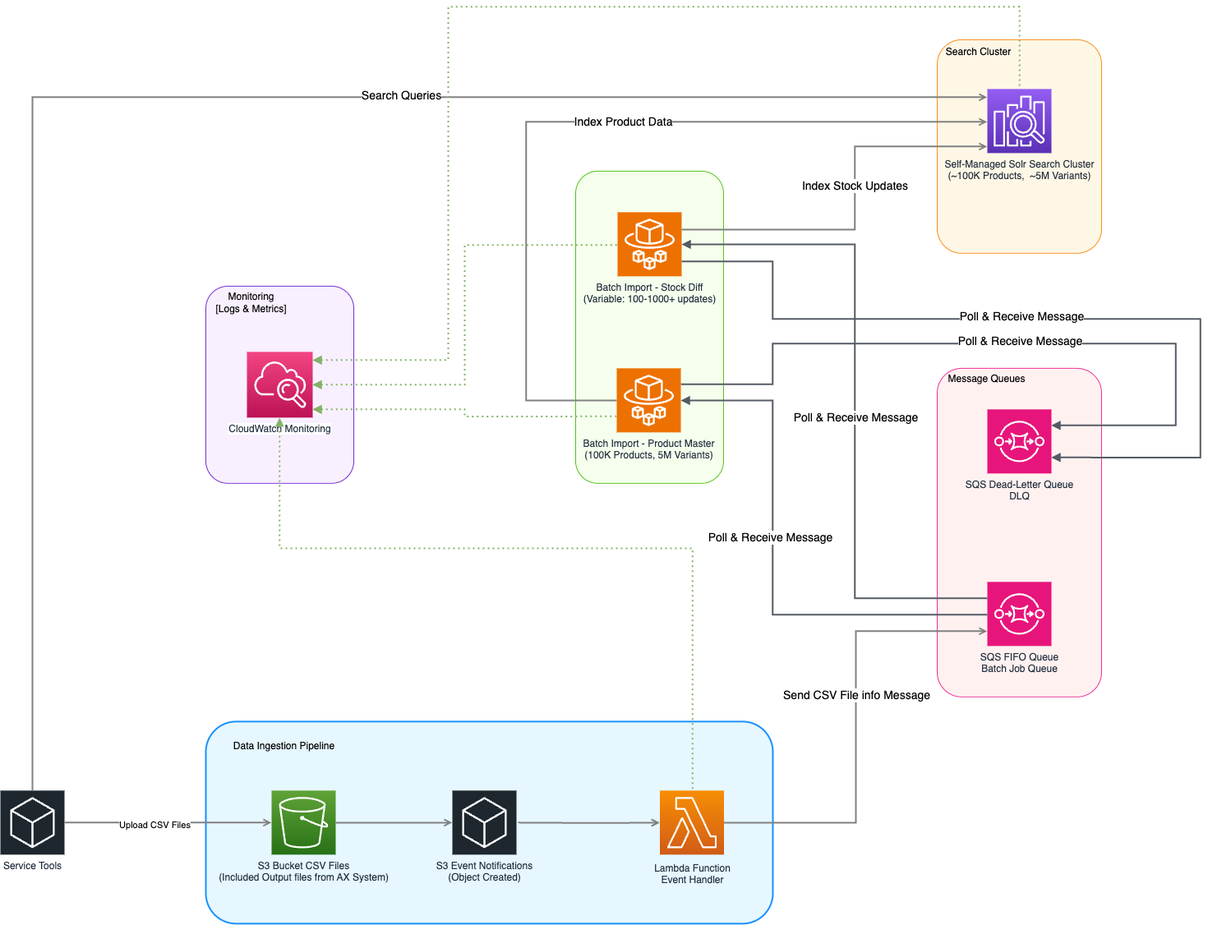
The draw.io diagram Untitled Diagram.drawio.png in khaismile1997/frontend, before a commit. Source tidied: cells renumbered, new cells last; positions are measured from the earlier drawing's top-left corner, leaving out a move shared by most shapes.
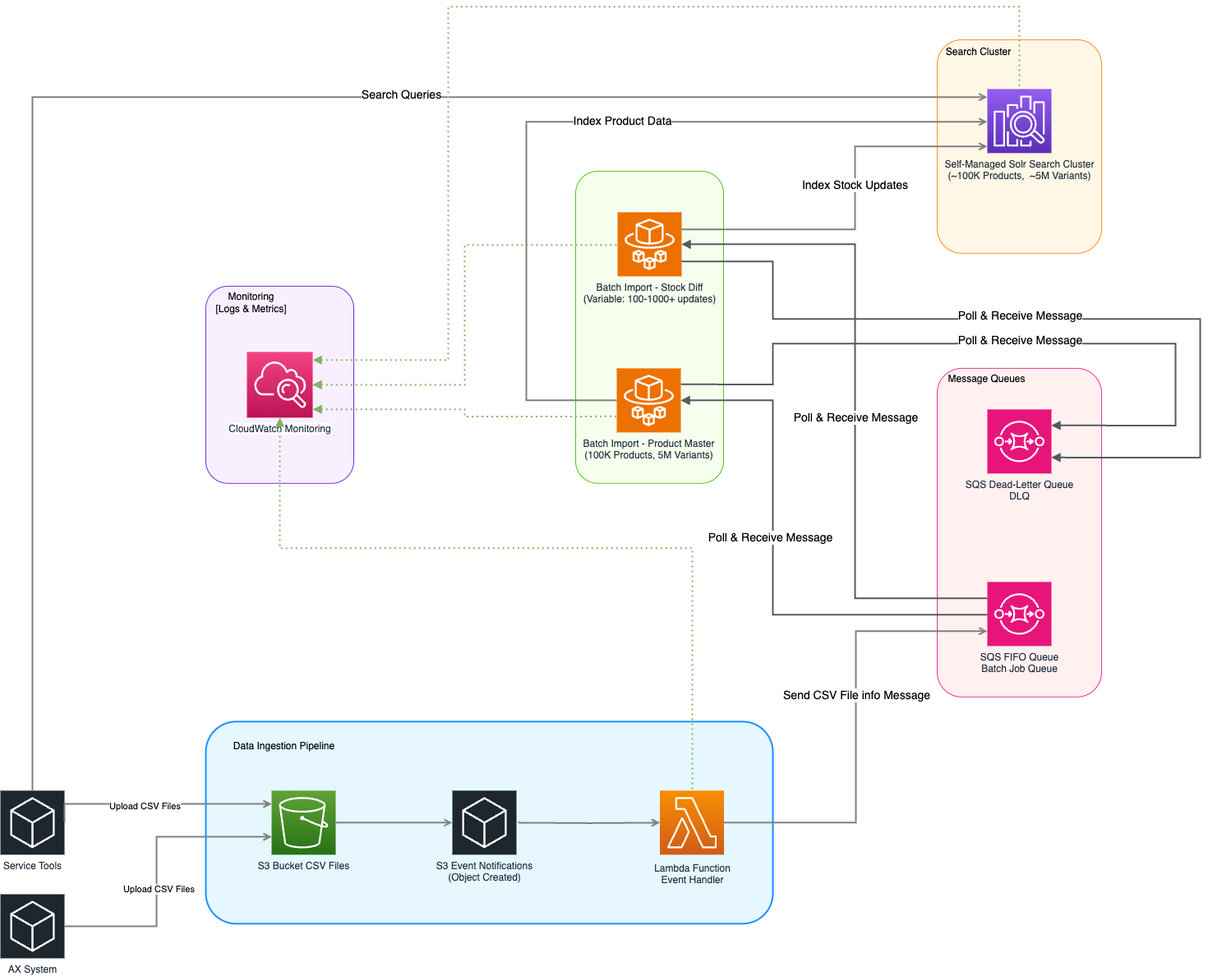
Later version of the same file.

What changed in the source:
```diff
@@ -25,7 +25,7 @@
     <mxCell id="8" value="Lambda Function&lt;br&gt;Event Handler" style="outlineConnect=0;fontColor=#232F3E;gradientColor=#F78E04;gradientDirection=north;fillColor=#D05C17;strokeColor=#ffffff;dashed=0;verticalLabelPosition=bottom;verticalAlign=top;align=center;html=1;fontSize=12;fontStyle=0;shape=mxgraph.aws4.resourceIcon;resIcon=mxgraph.aws4.lambda;labelBackgroundColor=none;spacingTop=3;" parent="1" vertex="1">
       <mxGeometry x="802.5" y="953.9" width="78" height="78" as="geometry" />
     </mxCell>
-    <mxCell id="9" value="S3 Bucket CSV Files&lt;br&gt;(Included Output files from AX System&lt;span style=&quot;background-color: transparent; color: light-dark(rgb(35, 47, 62), rgb(189, 199, 212));&quot;&gt;)&lt;/span&gt;" style="outlineConnect=0;fontColor=#232F3E;gradientColor=#60A337;gradientDirection=north;fillColor=#277116;strokeColor=#ffffff;dashed=0;verticalLabelPosition=bottom;verticalAlign=top;align=center;html=1;fontSize=12;fontStyle=0;shape=mxgraph.aws4.resourceIcon;resIcon=mxgraph.aws4.s3;labelBackgroundColor=none;" parent="1" vertex="1">
+    <mxCell id="9" value="S3 Bucket CSV Files" style="outlineConnect=0;fontColor=#232F3E;gradientColor=#60A337;gradientDirection=north;fillColor=#277116;strokeColor=#ffffff;dashed=0;verticalLabelPosition=bottom;verticalAlign=top;align=center;html=1;fontSize=12;fontStyle=0;shape=mxgraph.aws4.resourceIcon;resIcon=mxgraph.aws4.s3;labelBackgroundColor=none;" parent="1" vertex="1">
       <mxGeometry x="330" y="953.9" width="78" height="78" as="geometry" />
     </mxCell>
     <mxCell id="10" value="Self-Managed Solr Search Cluster&lt;div&gt;(~&lt;span style=&quot;color: light-dark(rgb(35, 47, 62), rgb(189, 199, 212));&quot;&gt;100K Products,&amp;nbsp; ~5M Variants&lt;/span&gt;&lt;span style=&quot;color: light-dark(rgb(35, 47, 62), rgb(189, 199, 212));&quot;&gt;)&lt;/span&gt;&lt;/div&gt;" style="outlineConnect=0;fontColor=#232F3E;gradientColor=#945DF2;gradientDirection=north;fillColor=#5A30B5;strokeColor=#ffffff;dashed=0;verticalLabelPosition=bottom;verticalAlign=top;align=center;html=1;fontSize=12;fontStyle=0;shape=mxgraph.aws4.resourceIcon;resIcon=mxgraph.aws4.elasticsearch_service;labelBackgroundColor=none;" parent="1" vertex="1">
@@ -127,7 +127,11 @@
       <mxGeometry y="953.9" width="78" height="78" as="geometry" />
     </mxCell>
     <mxCell id="33" style="edgeStyle=orthogonalEdgeStyle;rounded=0;jettySize=auto;html=1;startArrow=none;startFill=0;endArrow=open;endFill=0;strokeWidth=2;strokeColor=#808080;exitX=1;exitY=0.5;exitDx=0;exitDy=0;exitPerimeter=0;" parent="1" edge="1" source="32" target="9">
-      <mxGeometry relative="1" as="geometry" />
+      <mxGeometry relative="1" as="geometry">
+        <Array as="points">
+          <mxPoint x="78" y="970" />
+        </Array>
+      </mxGeometry>
     </mxCell>
     <mxCell id="34" value="Upload CSV Files" style="edgeLabel;html=1;align=center;verticalAlign=middle;" parent="33" vertex="1">
       <mxGeometry x="-0.13" y="-2" relative="1" as="geometry" />
@@ -205,5 +209,19 @@
         </Array>
       </mxGeometry>
     </mxCell>
+    <mxCell id="45" value="AX System" style="sketch=0;points=[[0,0,0],[0.25,0,0],[0.5,0,0],[0.75,0,0],[1,0,0],[0,1,0],[0.25,1,0],[0.5,1,0],[0.75,1,0],[1,1,0],[0,0.25,0],[0,0.5,0],[0,0.75,0],[1,0.25,0],[1,0.5,0],[1,0.75,0]];gradientDirection=north;outlineConnect=0;fontColor=#232F3E;gradientColor=none;fillColor=#1E262E;strokeColor=#ffffff;dashed=0;verticalLabelPosition=bottom;verticalAlign=top;align=center;html=1;fontSize=12;fontStyle=0;shape=mxgraph.aws4.resourceIcon;resIcon=mxgraph.aws4.general;" parent="1" vertex="1">
+      <mxGeometry y="1080" width="78" height="78" as="geometry" />
+    </mxCell>
+    <mxCell id="46" style="edgeStyle=orthogonalEdgeStyle;rounded=0;jettySize=auto;html=1;startArrow=none;startFill=0;endArrow=open;endFill=0;strokeWidth=2;strokeColor=#808080;exitX=1;exitY=0.5;exitDx=0;exitDy=0;exitPerimeter=0;" parent="1" edge="1" source="45" target="9">
+      <mxGeometry relative="1" as="geometry">
+        <Array as="points">
+          <mxPoint x="190" y="1119" />
+          <mxPoint x="190" y="1010" />
+        </Array>
+      </mxGeometry>
+    </mxCell>
+    <mxCell id="47" value="Upload CSV Files" style="edgeLabel;html=1;align=center;verticalAlign=middle;" parent="46" vertex="1">
+      <mxGeometry x="-0.13" y="-2" relative="1" as="geometry" />
+    </mxCell>
   </root>
 </mxGraphModel>
```
